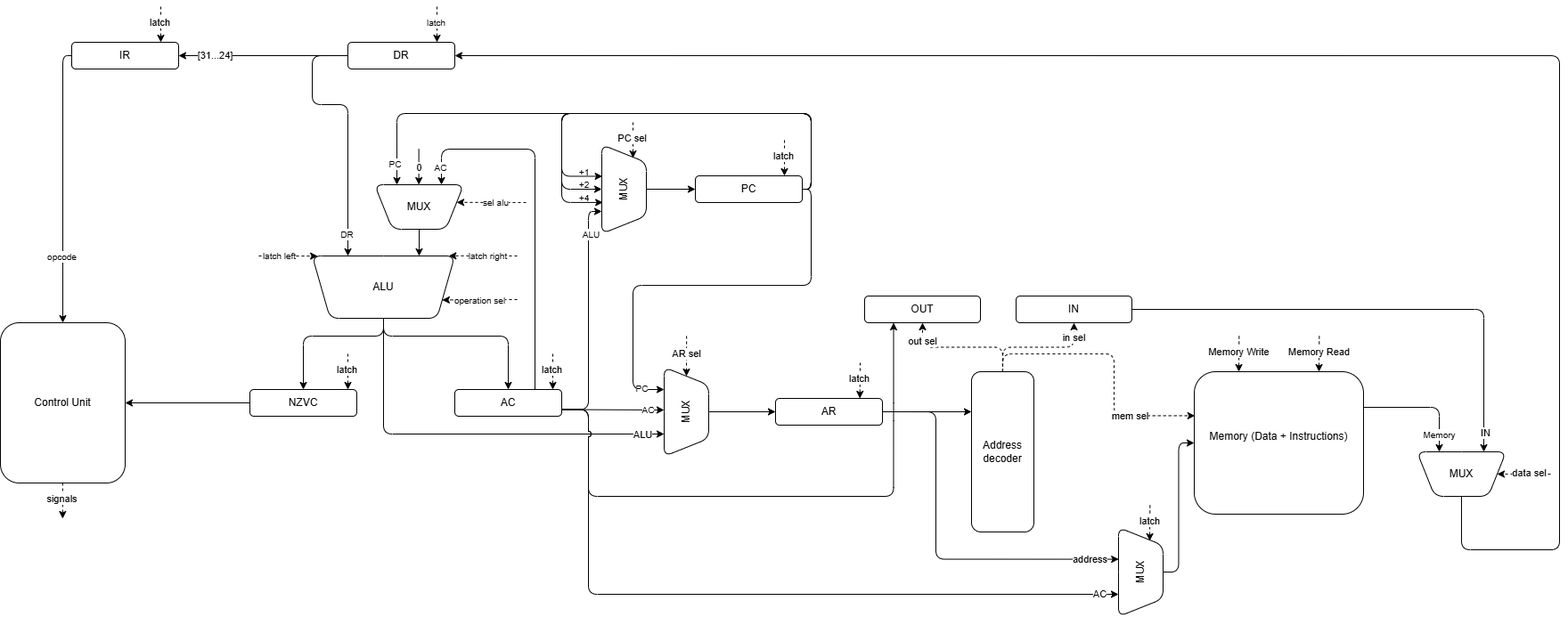
Above: scheme/scheme_lab3.png in KatyaGalak/csa_lab3 (draw.io), before the change. Source tidied: cells renumbered, new cells last; positions are measured from the earlier drawing's top-left corner, leaving out a move shared by most shapes.
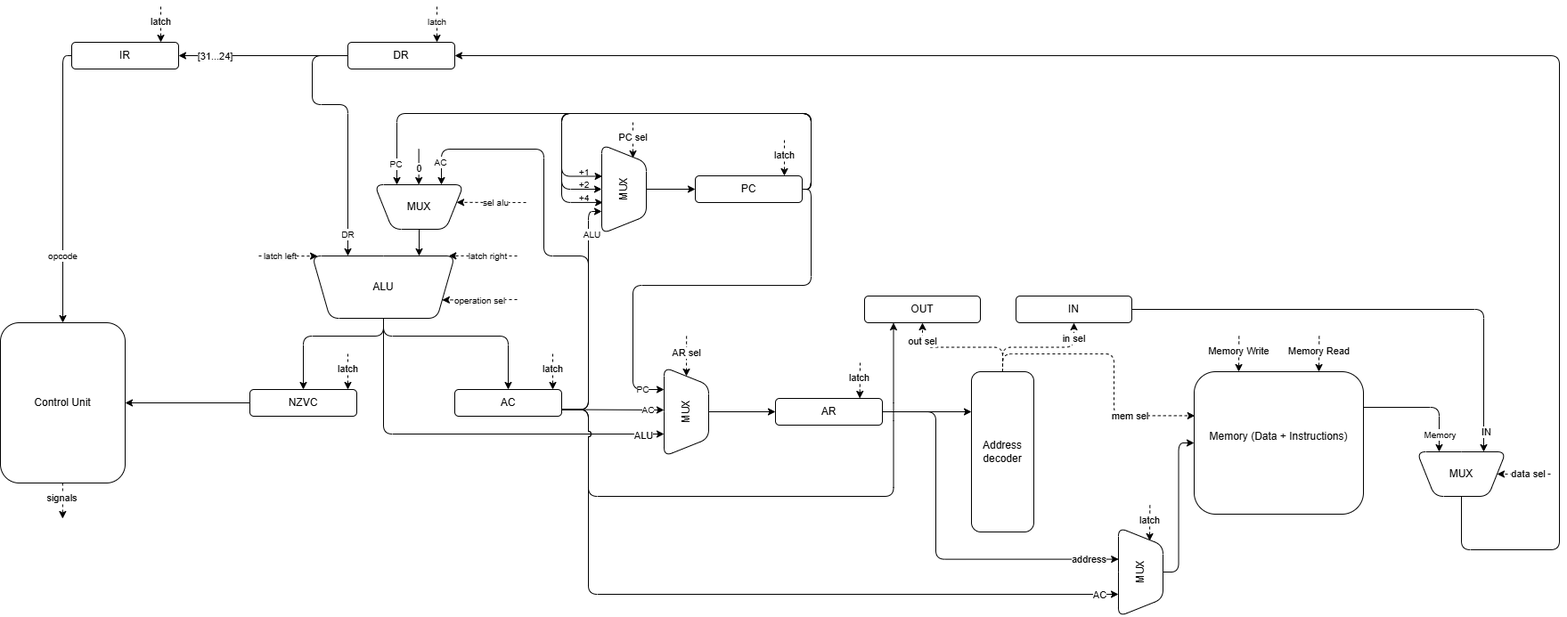
After the change.

Diff of the diagram source:
```diff
@@ -195,10 +195,13 @@
     <mxCell id="44" value="&lt;font style=&quot;font-size: 10px;&quot;&gt;ALU&lt;/font&gt;" style="edgeLabel;html=1;align=center;verticalAlign=middle;" parent="43" vertex="1">
       <mxGeometry x="0.7" y="-3" relative="1" as="geometry" />
     </mxCell>
-    <mxCell id="45" style="edgeStyle=orthogonalEdgeStyle;html=1;exitX=0.75;exitY=0;exitDx=0;exitDy=0;entryX=0.75;entryY=0;entryDx=0;entryDy=0;" parent="1" edge="1" source="48" target="57">
+    <mxCell id="45" style="edgeStyle=orthogonalEdgeStyle;html=1;exitX=1;exitY=0.75;exitDx=0;exitDy=0;entryX=0.75;entryY=0;entryDx=0;entryDy=0;" parent="1" edge="1" source="48" target="57">
       <mxGeometry relative="1" as="geometry">
         <Array as="points">
-          <mxPoint x="600" y="160" />
+          <mxPoint x="660" y="453" />
+          <mxPoint x="660" y="280" />
+          <mxPoint x="610" y="280" />
+          <mxPoint x="610" y="160" />
           <mxPoint x="495" y="160" />
         </Array>
       </mxGeometry>
```
